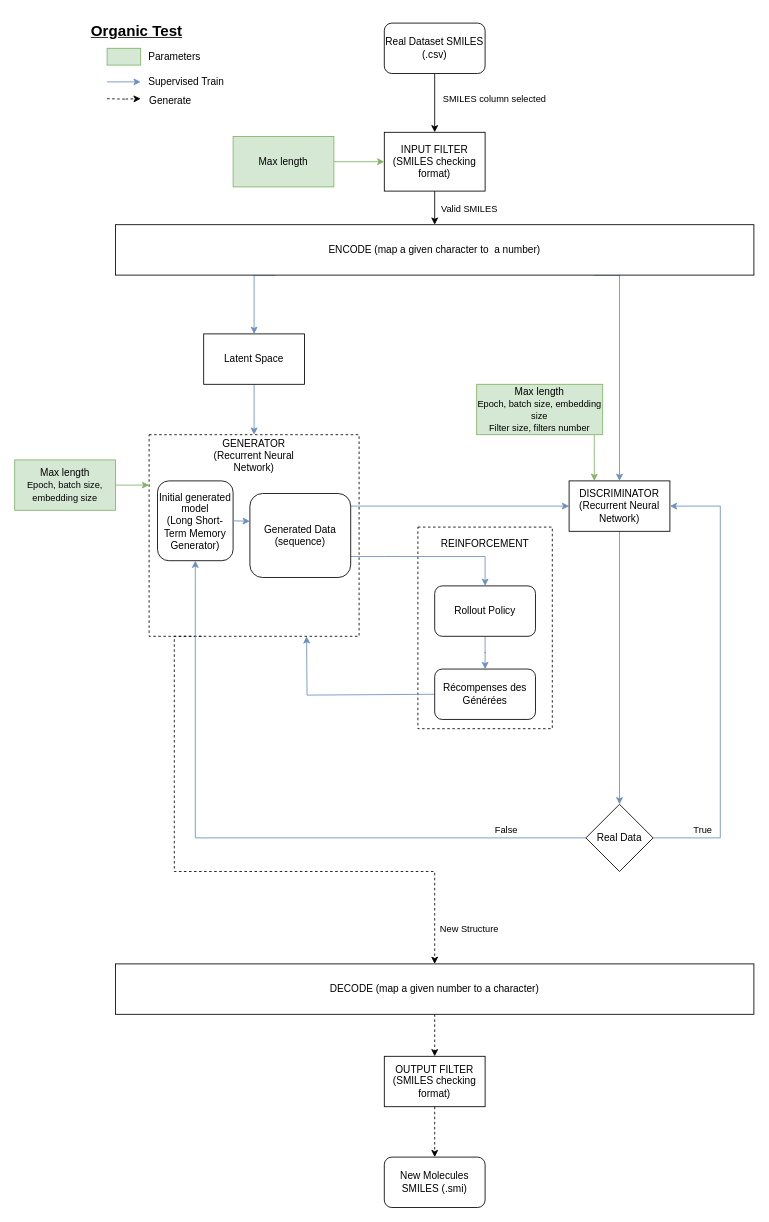
Earlier version of the draw.io diagram GAN.drawio (tahiri-lab/QSAR). Source tidied: cells renumbered, new cells numbered last; positions are measured from the earlier drawing's top-left corner, leaving out a move shared by most shapes. Both pictures are drawn from the tidied source at 84%, with x=0, y=0 at pixel (14, 14).
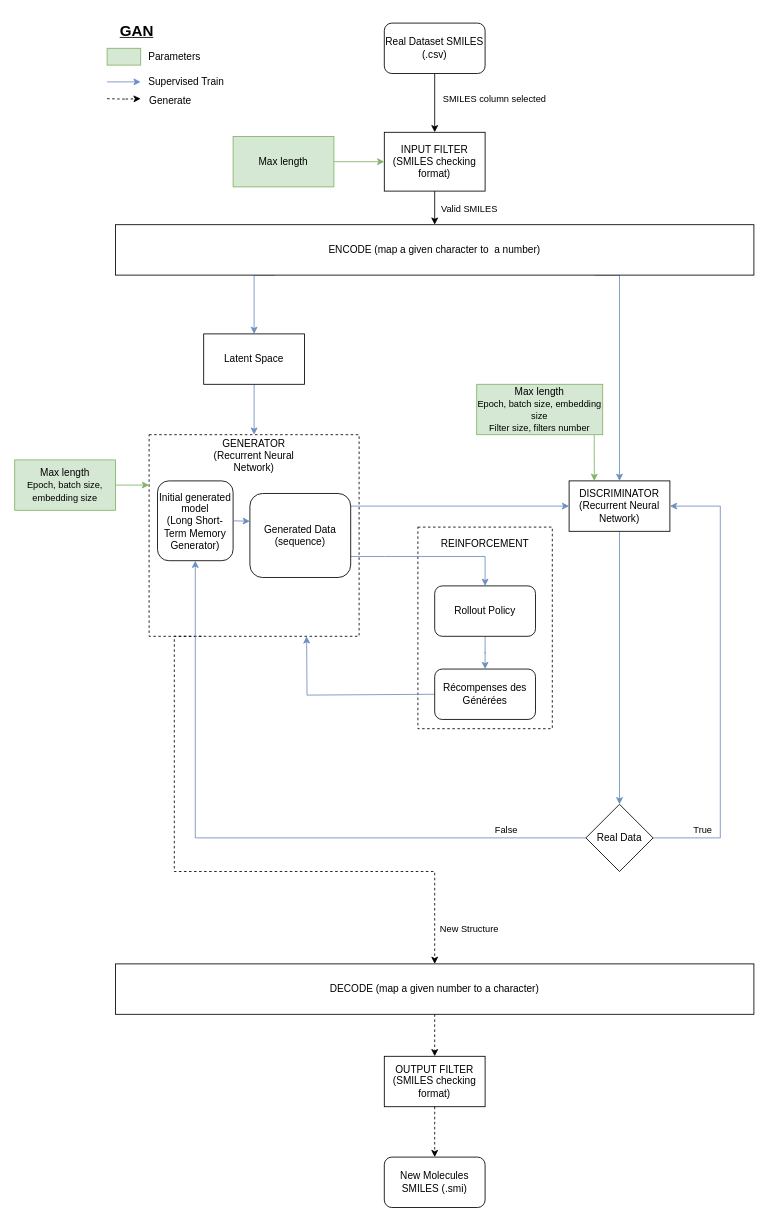
Above is the later version.

Commit message:
Mettre à jour GAN.drawio

The edit, as a diff of the source:
```diff
@@
-    <mxCell id="29" value="&lt;font size=&quot;1&quot; style=&quot;&quot;&gt;&lt;b style=&quot;&quot;&gt;&lt;u style=&quot;font-size: 18px;&quot;&gt;Organic Test&lt;/u&gt;&lt;/b&gt;&lt;/font&gt;" style="text;html=1;align=center;verticalAlign=middle;strokeColor=none;fillColor=none;strokeWidth=1;" parent="1" vertex="1">
-      <mxGeometry x="80" width="130" height="40" as="geometry" />
+    <mxCell id="29" value="&lt;font size=&quot;1&quot; style=&quot;&quot;&gt;&lt;b style=&quot;&quot;&gt;&lt;u style=&quot;font-size: 18px;&quot;&gt;GAN&lt;/u&gt;&lt;/b&gt;&lt;/font&gt;" style="text;html=1;align=center;verticalAlign=middle;strokeColor=none;fillColor=none;strokeWidth=1;" parent="1" vertex="1">
+      <mxGeometry x="115" width="60" height="40" as="geometry" />
     </mxCell>
```
